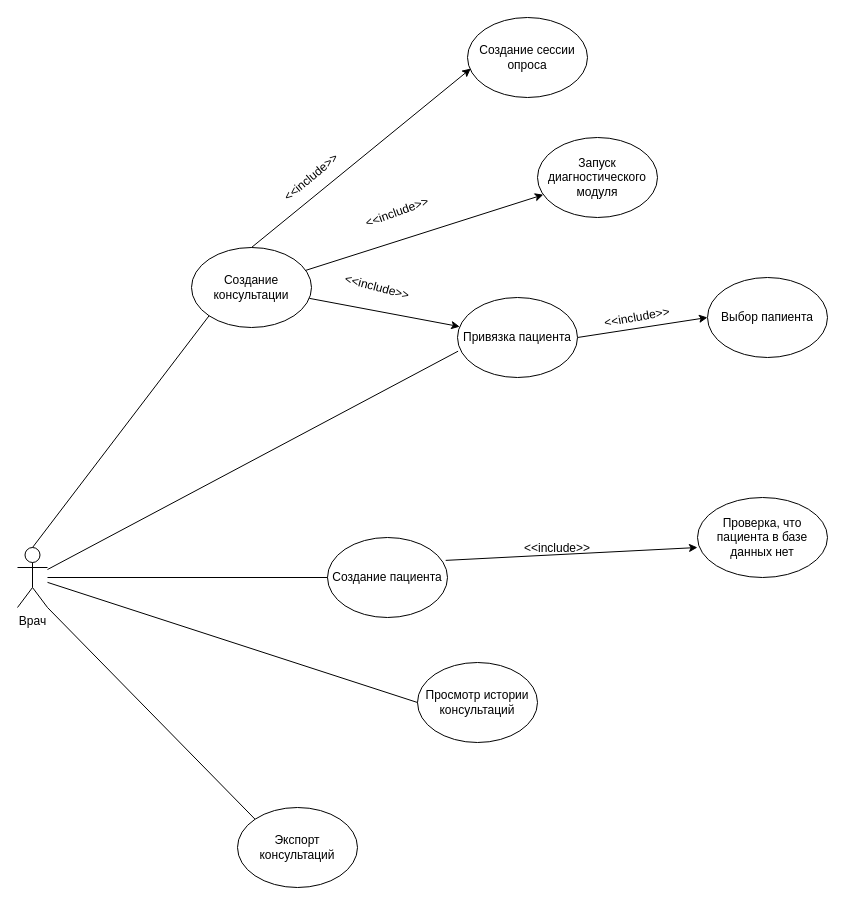
Above: abstract/diagrams/usecase.drawio in 517ANT39/expert-system-for-diagnosing-ophthalmological-diseases (draw.io), before the change. Source tidied: cells renumbered, new cells numbered last; positions are measured from the earlier drawing's top-left corner, leaving out a move shared by most shapes. Both pictures are drawn from the tidied source at 100%, with x=0, y=0 at pixel (17, 17).
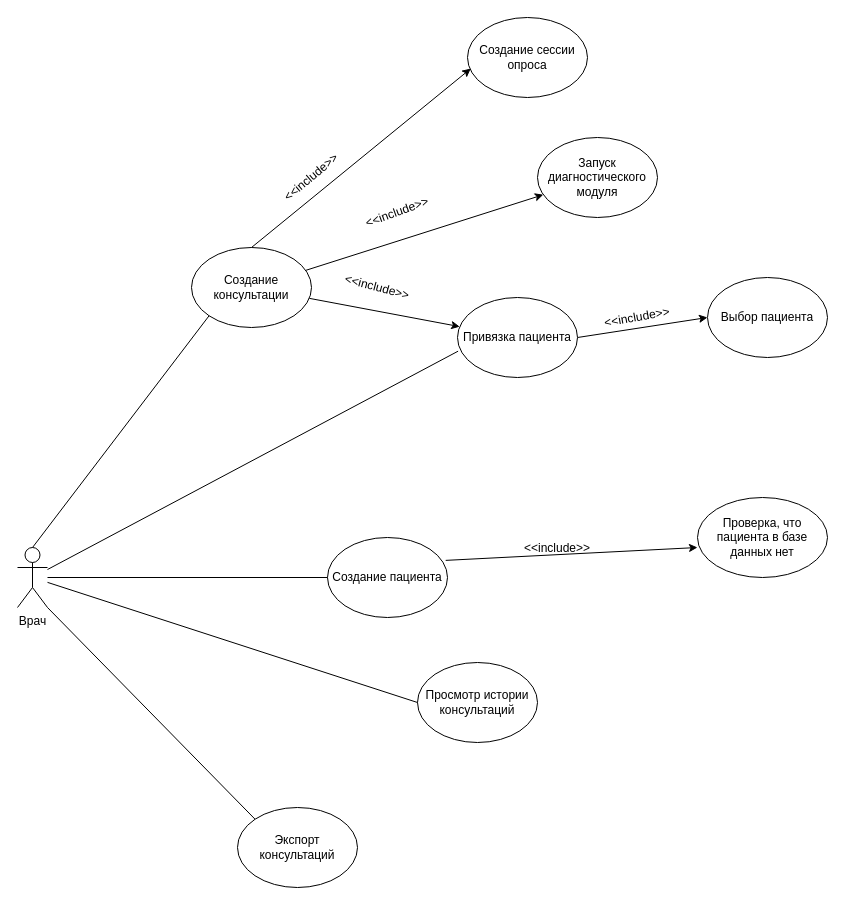
After the change.

What changed in the source:
```diff
@@
-    <mxCell id="25" value="Выбор папиента" style="ellipse;whiteSpace=wrap;html=1;" parent="1" vertex="1">
+    <mxCell id="25" value="Выбор пациента" style="ellipse;whiteSpace=wrap;html=1;" parent="1" vertex="1">
       <mxGeometry x="690" y="260" width="120" height="80" as="geometry" />
     </mxCell>
```
